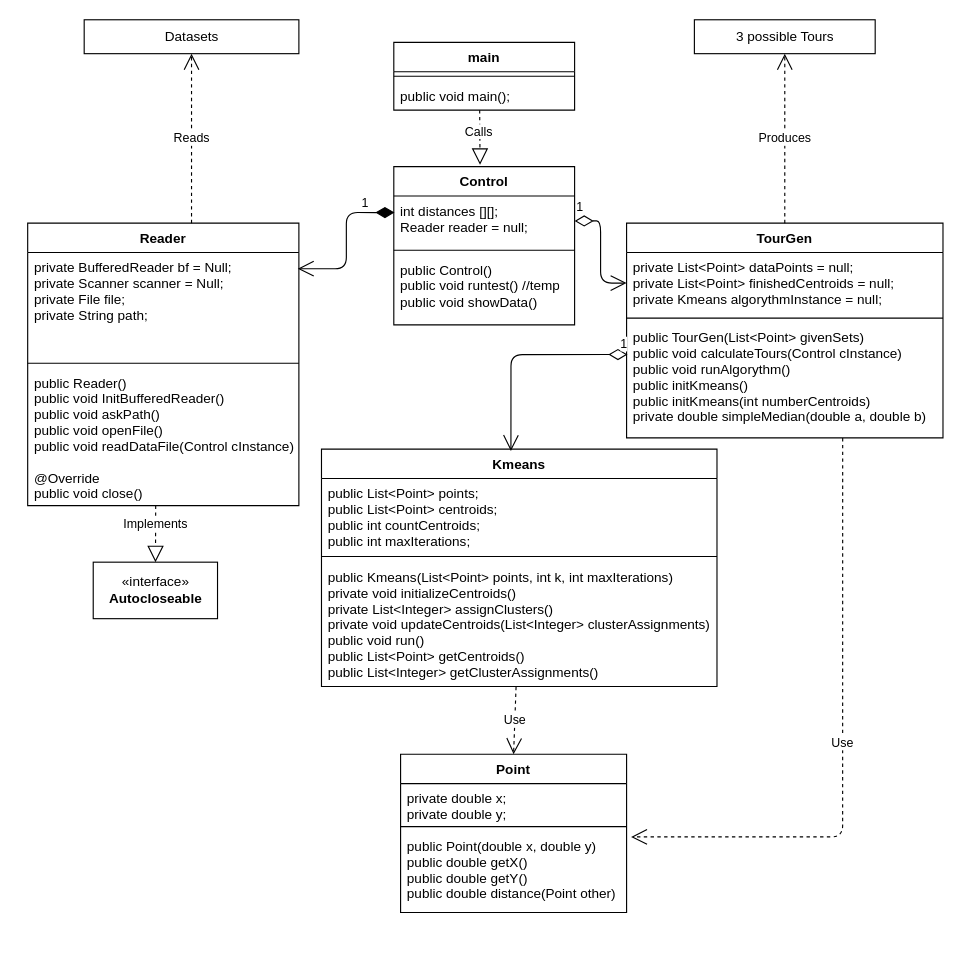
Before: InformatikWettbewerb/Aufgabe3/Wandertag/Documetation/Klassendiagramm.drawio in PaulvOertzen/LSH_Informatik, a draw.io diagram. Source tidied: cells renumbered, new cells numbered last; positions are measured from the earlier drawing's top-left corner, leaving out a move shared by most shapes. Both pictures are drawn from the tidied source at 113%, with x=0, y=0 at pixel (27, 19).
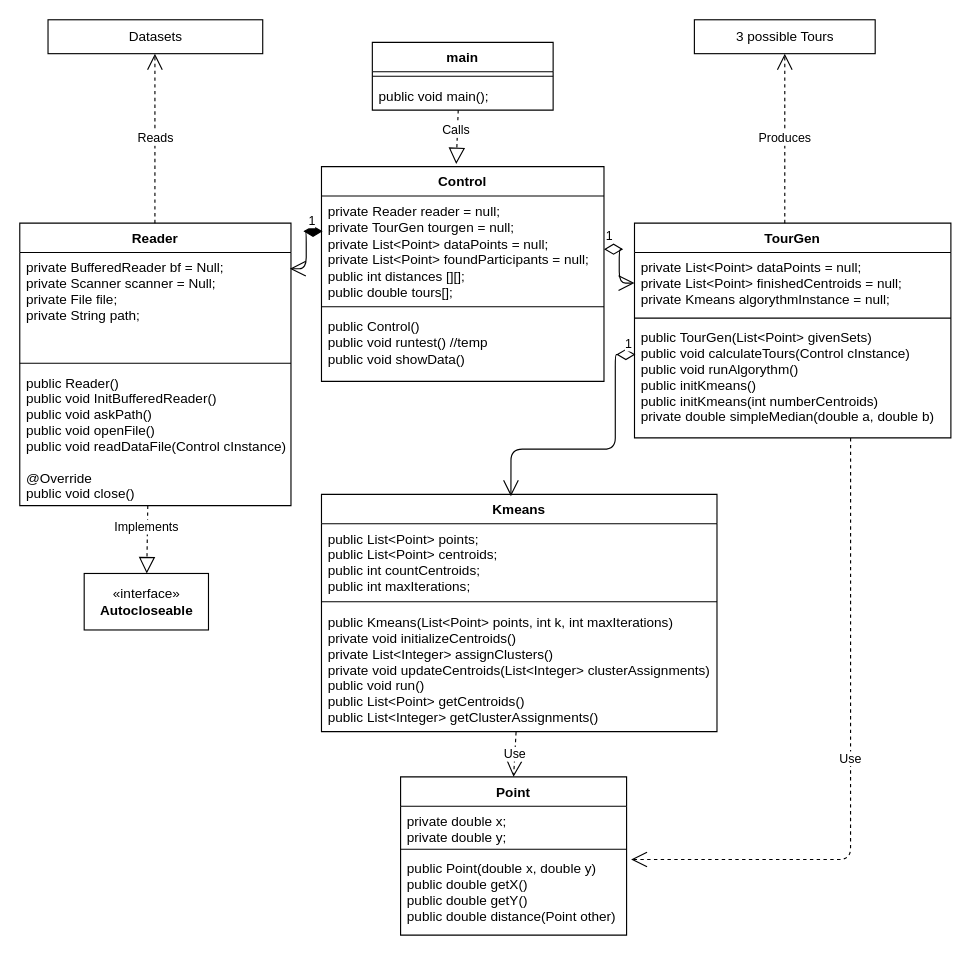
Above is the later version.

Unchanged cells that the change refers to:
```xml
<mxCell id="16" value="public TourGen(List&lt;Point&gt; givenSets)&#10;public void calculateTours(Control cInstance)&#10;public void runAlgorythm()&#10;public initKmeans()&#10;public initKmeans(int numberCentroids)&#10;private double simpleMedian(double a, double b)" style="text;strokeColor=none;fillColor=none;align=left;verticalAlign=top;spacingLeft=4;spacingRight=4;overflow=hidden;points=[[0,0.5],[1,0.5]];portConstraint=eastwest;" parent="13" vertex="1">
  <mxGeometry y="88" width="280" height="102" as="geometry" />
</mxCell>
```

The edit, as a diff of the source:
```diff
@@
     <mxCell id="2" value="main" style="swimlane;fontStyle=1;align=center;verticalAlign=top;horizontal=1;startSize=26;whiteSpace=wrap;html=1;" parent="1" vertex="1">
-      <mxGeometry x="324" y="20" width="160" height="60" as="geometry" />
+      <mxGeometry x="305" y="20" width="160" height="60" as="geometry" />
     </mxCell>
@@
     <mxCell id="5" value="Control" style="swimlane;fontStyle=1;align=center;verticalAlign=top;horizontal=1;startSize=26;whiteSpace=wrap;html=1;" parent="1" vertex="1">
-      <mxGeometry x="324" y="130" width="160" height="140" as="geometry" />
+      <mxGeometry x="260" y="130" width="250" height="190" as="geometry" />
     </mxCell>
-    <mxCell id="6" value="int distances [][];&lt;div&gt;Reader reader = null;&lt;/div&gt;" style="text;strokeColor=none;fillColor=none;align=left;verticalAlign=top;spacingLeft=4;spacingRight=4;overflow=hidden;points=[[0,0.5],[1,0.5]];portConstraint=eastwest;whiteSpace=wrap;html=1;rounded=0;glass=0;" parent="5" vertex="1">
-      <mxGeometry y="26" width="160" height="44" as="geometry" />
+    <mxCell id="6" value="&lt;span style=&quot;background-color: initial;&quot;&gt;private Reader reader = null;&lt;br&gt;&lt;/span&gt;private TourGen tourgen = null;&lt;br&gt;private List&amp;lt;Point&amp;gt; dataPoints = null;&lt;br&gt;private List&amp;lt;Point&amp;gt; foundParticipants = null;&lt;br&gt;public int distances [][];&lt;br&gt;public double tours[];&lt;br&gt;&lt;span style=&quot;background-color: initial;&quot;&gt;&lt;br&gt;&lt;/span&gt;" style="text;strokeColor=none;fillColor=none;align=left;verticalAlign=top;spacingLeft=4;spacingRight=4;overflow=hidden;points=[[0,0.5],[1,0.5]];portConstraint=eastwest;whiteSpace=wrap;html=1;rounded=0;glass=0;" parent="5" vertex="1">
+      <mxGeometry y="26" width="250" height="94" as="geometry" />
     </mxCell>
     <mxCell id="7" style="line;strokeWidth=1;fillColor=none;align=left;verticalAlign=middle;spacingTop=-1;spacingLeft=3;spacingRight=3;labelPosition=right;strokeColor=inherit;" parent="5" vertex="1">
-      <mxGeometry y="70" width="160" height="8" as="geometry" />
+      <mxGeometry y="120" width="250" height="8" as="geometry" />
     </mxCell>
     <mxCell id="8" value="public Control()&lt;br&gt;public void runtest() //temp&lt;br&gt;public void showData()" style="text;strokeColor=none;fillColor=none;align=left;verticalAlign=top;spacingLeft=4;spacingRight=4;overflow=hidden;whiteSpace=wrap;html=1;" parent="5" vertex="1">
-      <mxGeometry y="78" width="160" height="62" as="geometry" />
+      <mxGeometry y="128" width="250" height="62" as="geometry" />
     </mxCell>
     <mxCell id="9" value="Reader" style="swimlane;fontStyle=1;align=center;verticalAlign=top;horizontal=1;startSize=26;" parent="1" vertex="1">
-      <mxGeometry y="180" width="240" height="250" as="geometry" />
+      <mxGeometry x="-7" y="180" width="240" height="250" as="geometry" />
     </mxCell>
@@
     <mxCell id="13" value="TourGen" style="swimlane;fontStyle=1;align=center;verticalAlign=top;horizontal=1;startSize=26;" parent="1" vertex="1">
-      <mxGeometry x="530" y="180" width="280" height="190" as="geometry" />
+      <mxGeometry x="537" y="180" width="280" height="190" as="geometry" />
     </mxCell>
@@
     <mxCell id="17" value="Datasets" style="html=1;" parent="1" vertex="1">
-      <mxGeometry x="50" width="190" height="30" as="geometry" />
+      <mxGeometry x="18" width="190" height="30" as="geometry" />
     </mxCell>
     <mxCell id="18" value="Reads" style="endArrow=open;endSize=12;dashed=1;html=1;" parent="1" edge="1">
       <mxGeometry relative="1" as="geometry">
-        <mxPoint x="145" y="180" as="sourcePoint" />
-        <mxPoint x="145" y="30" as="targetPoint" />
+        <mxPoint x="112.6" y="180" as="sourcePoint" />
+        <mxPoint x="112.6" y="30" as="targetPoint" />
       </mxGeometry>
     </mxCell>
@@
     <mxCell id="25" value="Kmeans&#10;" style="swimlane;fontStyle=1;align=center;verticalAlign=top;horizontal=1;startSize=26;" parent="1" vertex="1">
-      <mxGeometry x="260" y="380" width="350" height="210" as="geometry" />
+      <mxGeometry x="260" y="420" width="350" height="210" as="geometry" />
     </mxCell>
@@
     <mxCell id="29" value="1" style="endArrow=open;html=1;endSize=12;startArrow=diamondThin;startSize=14;startFill=0;edgeStyle=orthogonalEdgeStyle;align=left;verticalAlign=bottom;exitX=0.003;exitY=0.277;exitDx=0;exitDy=0;exitPerimeter=0;entryX=0.479;entryY=0.008;entryDx=0;entryDy=0;entryPerimeter=0;" parent="1" edge="1" source="16" target="25">
-      <mxGeometry x="-0.91" relative="1" as="geometry" />
+      <mxGeometry x="-0.91" relative="1" as="geometry">
+        <Array as="points">
+          <mxPoint x="520" y="296" />
+          <mxPoint x="520" y="380" />
+          <mxPoint x="428" y="380" />
+        </Array>
+      </mxGeometry>
     </mxCell>
     <mxCell id="30" value="Point" style="swimlane;fontStyle=1;align=center;verticalAlign=top;horizontal=1;startSize=26;" parent="1" vertex="1">
-      <mxGeometry x="330" y="650" width="200" height="140" as="geometry" />
+      <mxGeometry x="330" y="670" width="200" height="140" as="geometry" />
     </mxCell>
@@
     <mxCell id="38" value="«interface»&lt;br&gt;&lt;b&gt;Autocloseable&lt;/b&gt;" style="html=1;" parent="1" vertex="1">
-      <mxGeometry x="58" y="480" width="110" height="50" as="geometry" />
+      <mxGeometry x="50" y="490" width="110" height="50" as="geometry" />
     </mxCell>
```
